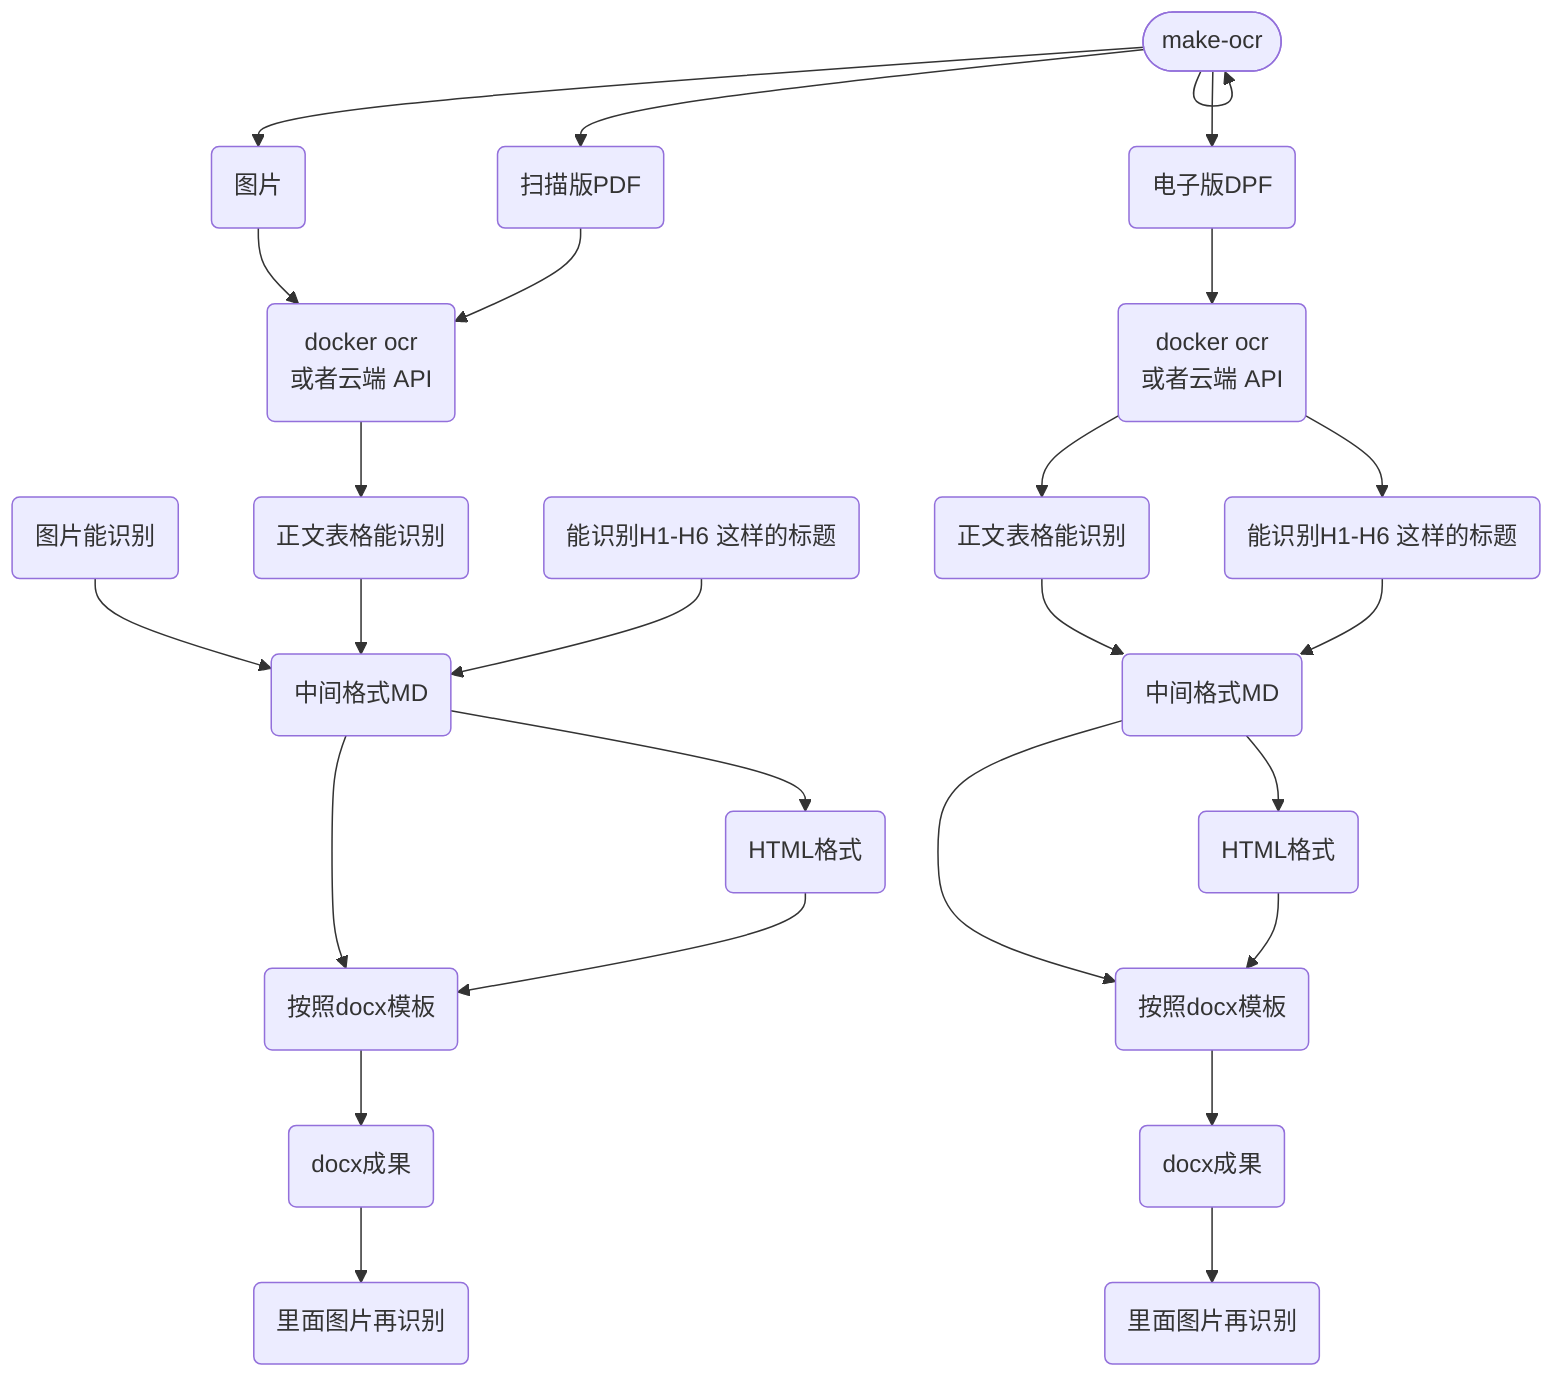
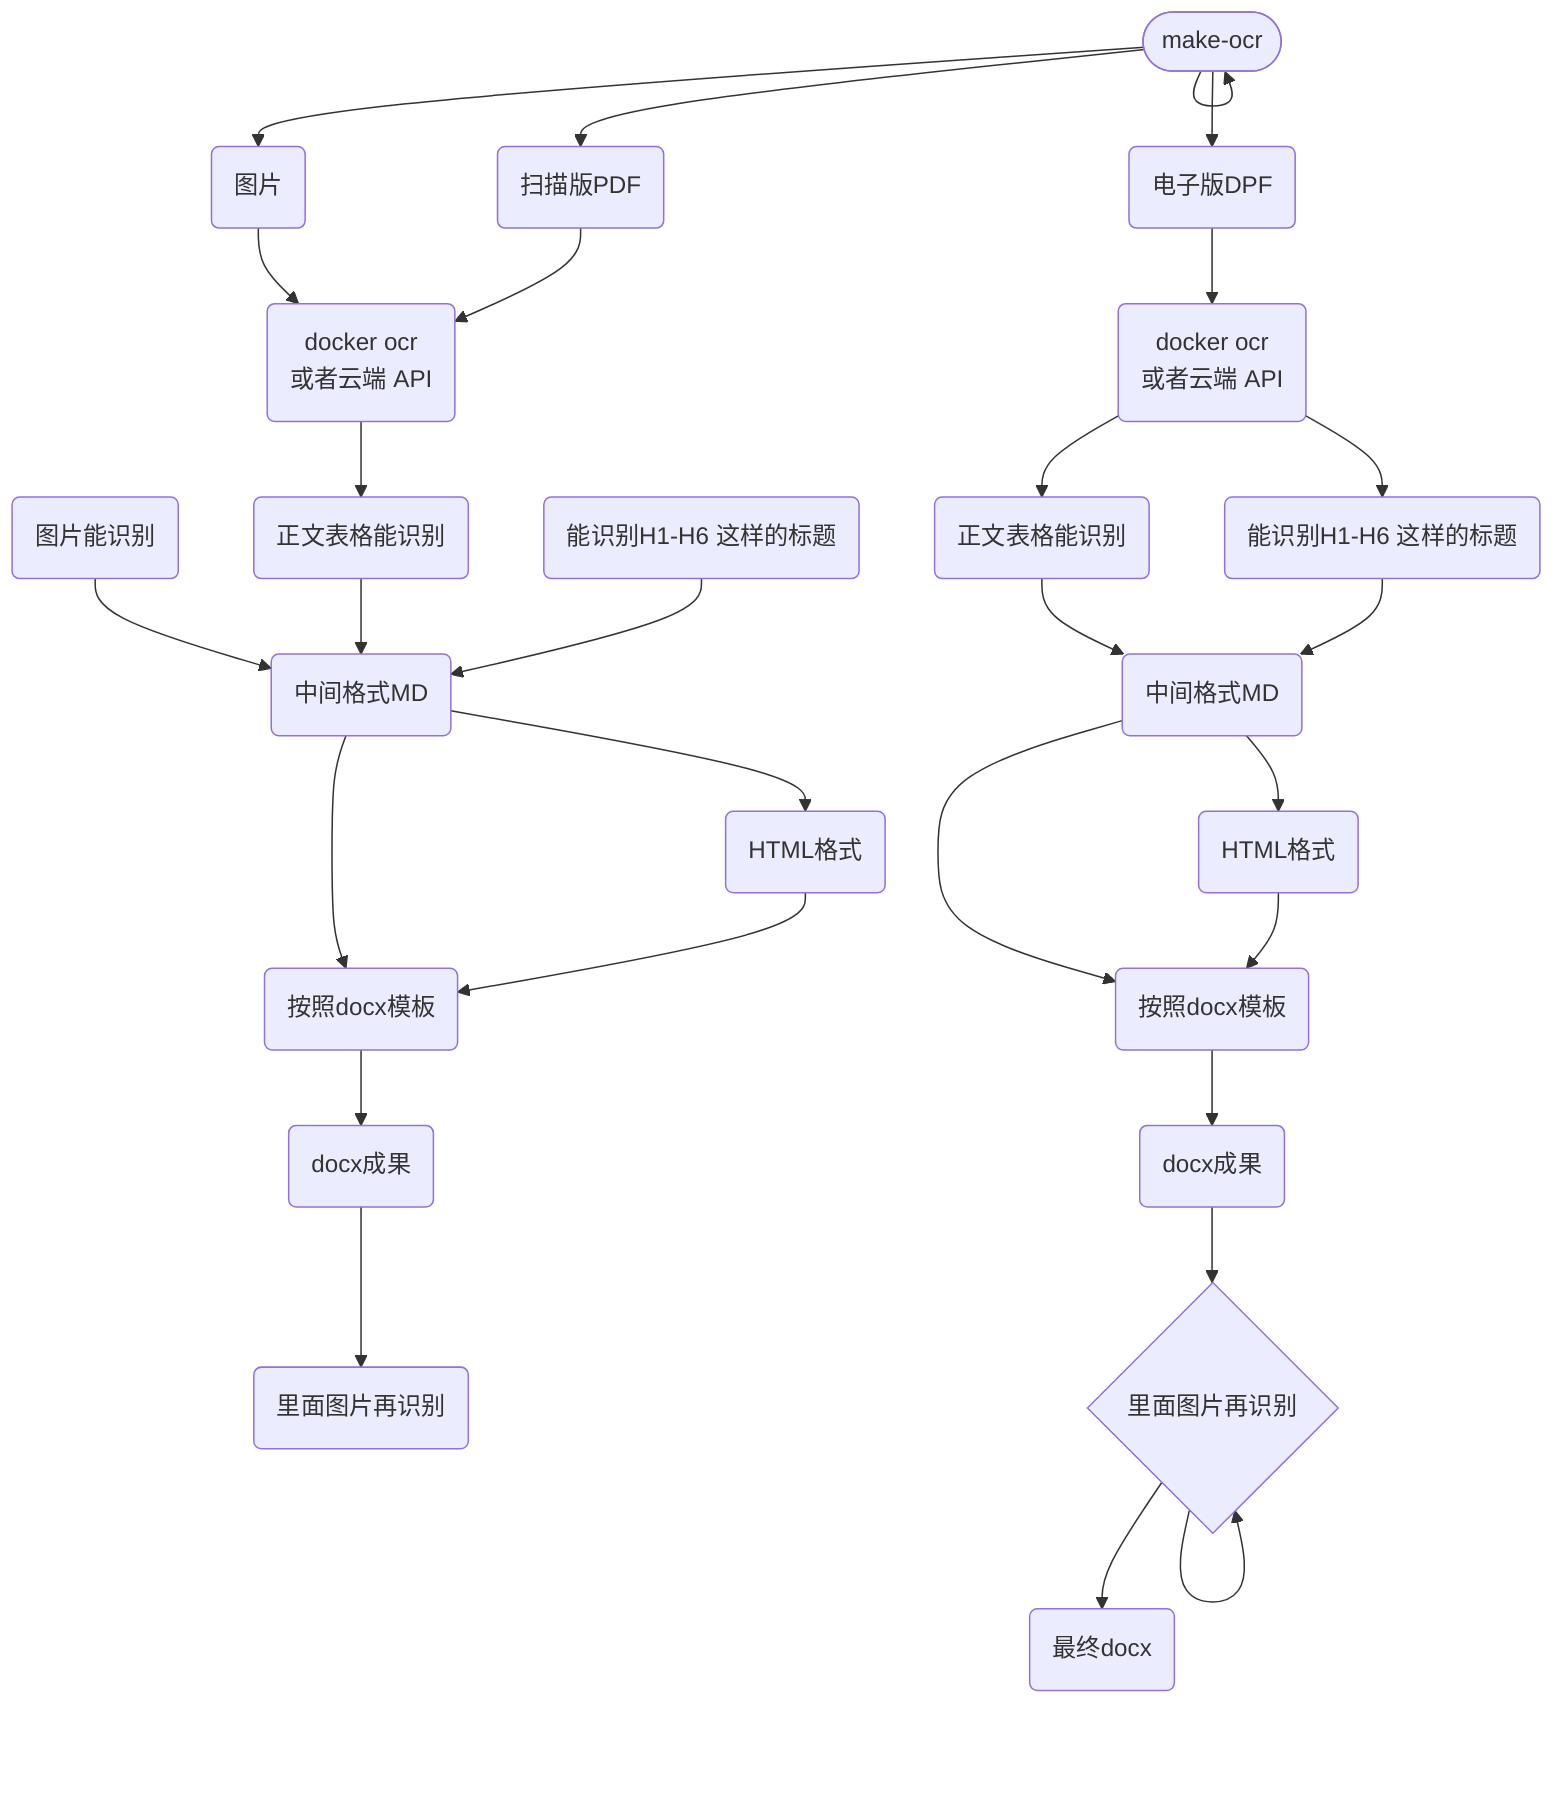
flowchart TD
  n_0(["make-ocr"])
  n_1("扫描版PDF")
  n_2("电子版DPF")
  n_3("docker ocr<br/>或者云端 API")
  n_4("图片")
  n_5("能识别H1-H6 这样的标题")
  n_6("正文表格能识别")
  n_7("图片能识别")
  n_8("按照docx模板")
  n_9("里面图片再识别")
  n_10("docx成果")
  n_11("中间格式MD")
  n_12("HTML格式")
  n_13("docker ocr<br/>或者云端 API")
  n_14("能识别H1-H6 这样的标题")
  n_15("正文表格能识别")
  n_16("按照docx模板")
-   n_17("里面图片再识别")
-   n_18("docx成果")
-   n_19("中间格式MD")
-   n_20("HTML格式")
+   n_17("docx成果")
+   n_18("中间格式MD")
+   n_19("HTML格式")
+   n_20{"里面图片再识别"}
+   n_21("最终docx")
  n_0 --> n_0
  n_0 --> n_1
  n_0 --> n_2
  n_0 --> n_4
  n_11 --> n_8
  n_11 --> n_12
  n_12 --> n_8
  n_8 --> n_10
  n_10 --> n_9
+   n_18 --> n_16
+   n_18 --> n_19
  n_19 --> n_16
-   n_19 --> n_20
-   n_20 --> n_16
-   n_16 --> n_18
-   n_18 --> n_17
+   n_16 --> n_17
  n_4 --> n_3
  n_1 --> n_3
  n_2 --> n_13
  n_13 --> n_14
  n_13 --> n_15
-   n_15 --> n_19
-   n_14 --> n_19
+   n_15 --> n_18
+   n_14 --> n_18
  n_7 --> n_11
  n_6 --> n_11
  n_5 --> n_11
  n_3 --> n_6
+   n_17 --> n_20
+   n_20 --> n_21
+   n_20 --> n_20
